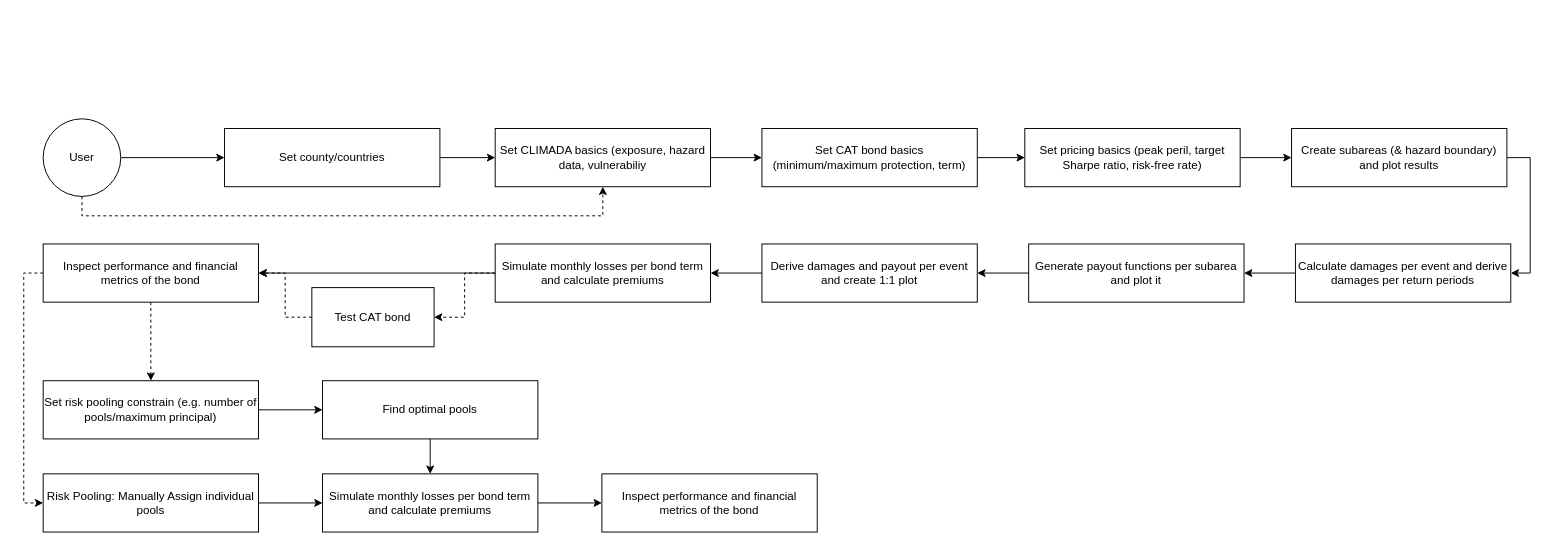
This is user_journey_climada_petals.drawio from KaiOBerg/master_thesis_cat_bonds, a draw.io file, before an edit. Source tidied: cells renumbered, new cells numbered last; positions are measured from the earlier drawing's top-left corner, leaving out a move shared by most shapes. Both pictures are drawn from the tidied source at 97%, with x=0, y=0 at pixel (43, 118).
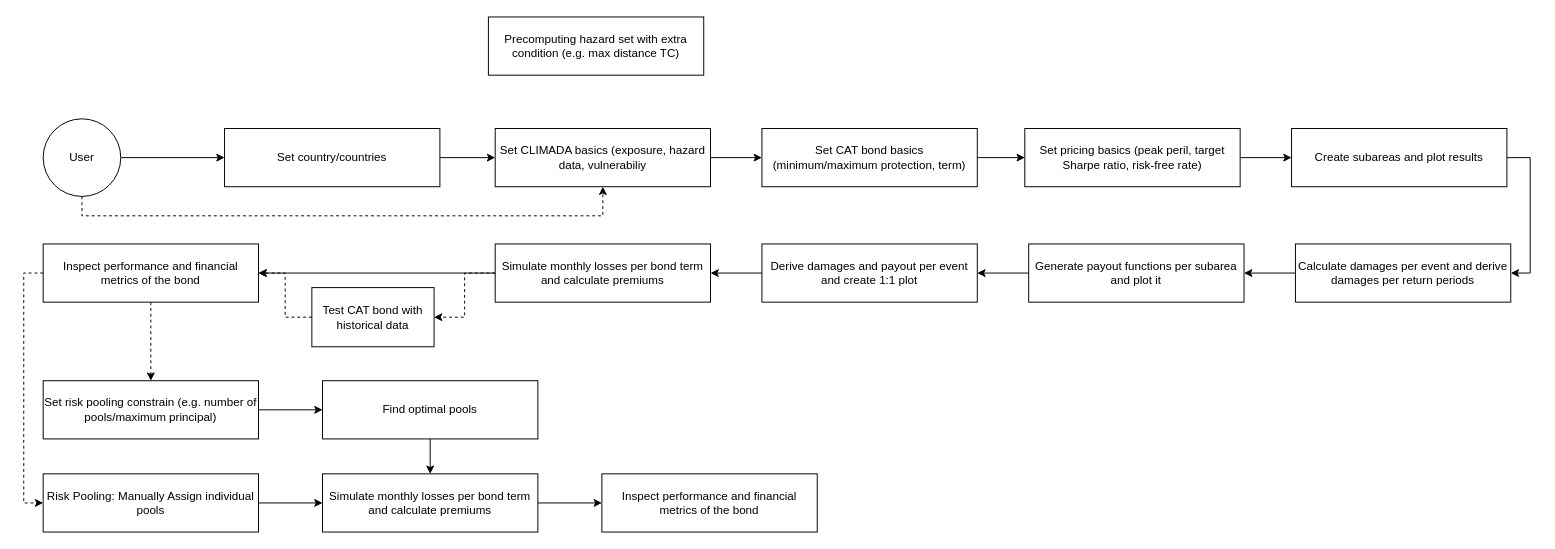
After the change.

Change to the diagram source:
```diff
@@
-    <mxCell id="9" value="Set county/countries" style="rounded=0;whiteSpace=wrap;html=1;" parent="1" vertex="1">
+    <mxCell id="9" value="Set country/countries" style="rounded=0;whiteSpace=wrap;html=1;" parent="1" vertex="1">
       <mxGeometry x="187" y="10" width="222" height="60" as="geometry" />
     </mxCell>
@@
-    <mxCell id="13" value="&lt;span style=&quot;caret-color: rgba(0, 0, 0, 0);&quot;&gt;Test CAT bond&lt;/span&gt;" style="rounded=0;whiteSpace=wrap;html=1;" parent="1" vertex="1">
+    <mxCell id="13" value="&lt;span style=&quot;caret-color: rgba(0, 0, 0, 0);&quot;&gt;Test CAT bond with historical data&lt;/span&gt;" style="rounded=0;whiteSpace=wrap;html=1;" parent="1" vertex="1">
       <mxGeometry x="277" y="174" width="126" height="61" as="geometry" />
     </mxCell>
@@
-    <mxCell id="30" value="Create subareas (&amp;amp; hazard boundary) and plot results" style="rounded=0;whiteSpace=wrap;html=1;" parent="1" vertex="1">
+    <mxCell id="30" value="Create subareas and plot results" style="rounded=0;whiteSpace=wrap;html=1;" parent="1" vertex="1">
       <mxGeometry x="1287" y="10" width="222" height="60" as="geometry" />
     </mxCell>
@@
+    <mxCell id="38" value="&lt;span style=&quot;caret-color: rgba(0, 0, 0, 0);&quot;&gt;Precomputing hazard set with extra condition (e.g. max distance TC)&lt;/span&gt;" style="rounded=0;whiteSpace=wrap;html=1;" parent="1" vertex="1">
+      <mxGeometry x="459" y="-105" width="222" height="60" as="geometry" />
+    </mxCell>
```
